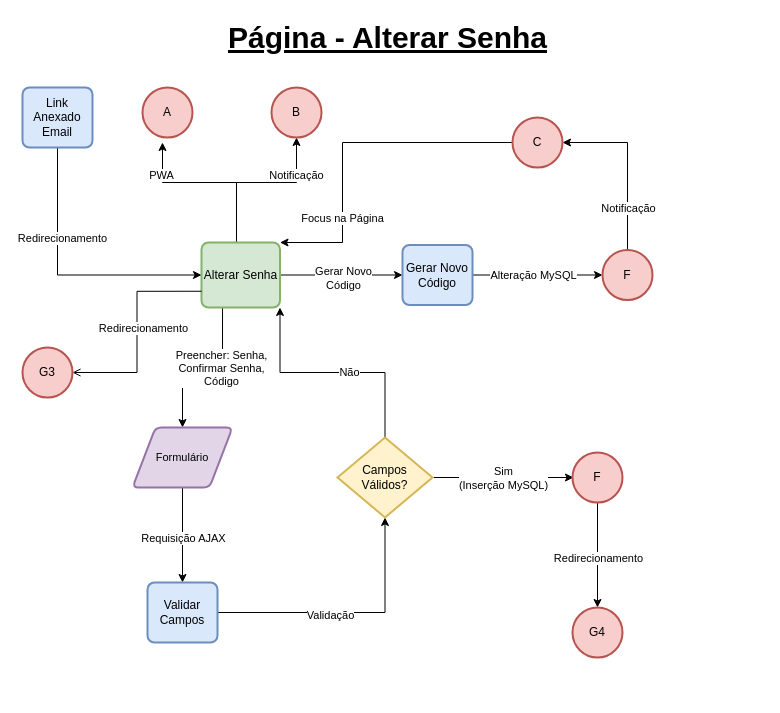
Above: page "Flow - Alterar Senha" (6 of 12) of tcc-flow.drawio in CSFelix/UML (draw.io), before the change. Source tidied: cells renumbered, new cells numbered last; positions are measured from the earlier drawing's top-left corner, leaving out a move shared by most shapes. Both pictures are drawn from the tidied source at 100%, with x=0, y=0 at pixel (22, 17).
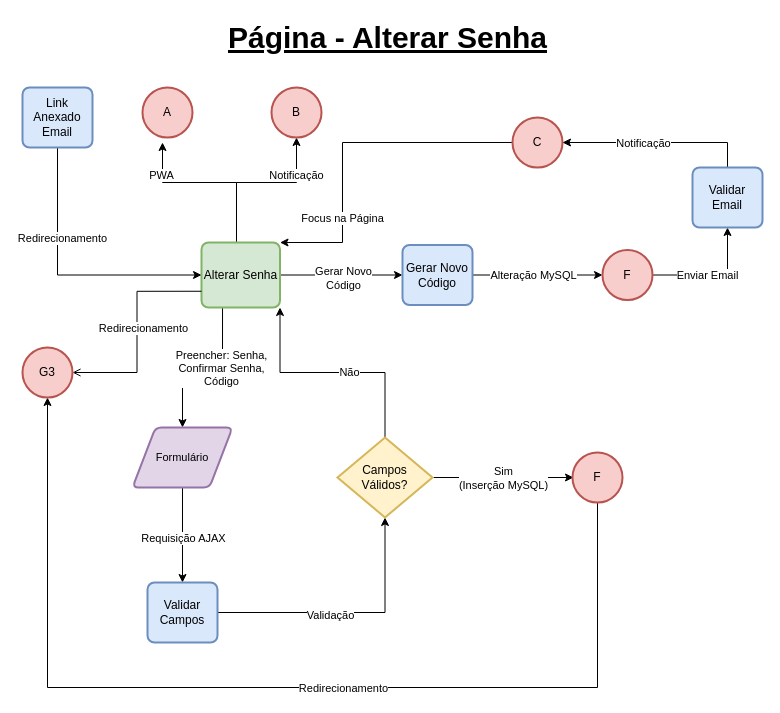
The same page after the edit.

Unchanged cells that the change refers to:
```xml
<mxCell id="22" value="F" style="strokeWidth=2;html=1;shape=mxgraph.flowchart.start_2;whiteSpace=wrap;fillColor=#f8cecc;strokeColor=#b85450;" parent="1" vertex="1">
  <mxGeometry x="580" y="232.5" width="50" height="50" as="geometry" />
</mxCell>
<mxCell id="25" value="C" style="strokeWidth=2;html=1;shape=mxgraph.flowchart.start_2;whiteSpace=wrap;fillColor=#f8cecc;strokeColor=#b85450;" parent="1" vertex="1">
  <mxGeometry x="490" y="100" width="50" height="50" as="geometry" />
</mxCell>
<mxCell id="39" value="F" style="strokeWidth=2;html=1;shape=mxgraph.flowchart.start_2;whiteSpace=wrap;fillColor=#f8cecc;strokeColor=#b85450;" parent="1" vertex="1">
  <mxGeometry x="550" y="435" width="50" height="50" as="geometry" />
</mxCell>
<mxCell id="42" value="G3" style="strokeWidth=2;html=1;shape=mxgraph.flowchart.start_2;whiteSpace=wrap;fillColor=#f8cecc;strokeColor=#b85450;" parent="1" vertex="1">
  <mxGeometry y="330" width="50" height="50" as="geometry" />
</mxCell>
```

What changed in the source:
```diff
@@
-    <mxCell id="20" style="edgeStyle=orthogonalEdgeStyle;rounded=0;jettySize=auto;html=1;entryX=1;entryY=0.5;entryDx=0;entryDy=0;entryPerimeter=0;exitX=0.5;exitY=0;exitDx=0;exitDy=0;exitPerimeter=0;" parent="1" edge="1" source="22" target="25">
-      <mxGeometry relative="1" as="geometry" />
-    </mxCell>
-    <mxCell id="21" value="Notificação" style="edgeLabel;html=1;align=center;verticalAlign=middle;" parent="20" vertex="1">
-      <mxGeometry x="-0.24" y="1" relative="1" as="geometry">
-        <mxPoint x="1" y="23.5" as="offset" />
-      </mxGeometry>
-    </mxCell>
+    <mxCell id="44" style="edgeStyle=orthogonalEdgeStyle;rounded=0;jettySize=auto;html=1;startArrow=none;startFill=0;endArrow=classic;endFill=1;" parent="1" edge="1" source="22" target="47">
+      <mxGeometry relative="1" as="geometry" />
+    </mxCell>
+    <mxCell id="45" value="Enviar Email" style="edgeLabel;html=1;align=center;verticalAlign=middle;" parent="44" vertex="1">
+      <mxGeometry x="-0.12" relative="1" as="geometry" />
+    </mxCell>
@@
-    <mxCell id="37" style="edgeStyle=orthogonalEdgeStyle;rounded=0;jettySize=auto;html=1;entryX=0.5;entryY=0;entryDx=0;entryDy=0;entryPerimeter=0;" parent="1" edge="1" source="39" target="43">
-      <mxGeometry relative="1" as="geometry" />
+    <mxCell id="37" style="edgeStyle=orthogonalEdgeStyle;rounded=0;jettySize=auto;html=1;" parent="1" edge="1" source="39" target="42">
+      <mxGeometry relative="1" as="geometry">
+        <Array as="points">
+          <mxPoint x="575" y="670" />
+          <mxPoint x="25" y="670" />
+        </Array>
+      </mxGeometry>
     </mxCell>
     <mxCell id="38" value="Redirecionamento" style="edgeLabel;html=1;align=center;verticalAlign=middle;" parent="37" vertex="1">
       <mxGeometry x="-0.26" y="-2" relative="1" as="geometry">
-        <mxPoint x="2" y="16" as="offset" />
+        <mxPoint x="-61" y="2" as="offset" />
       </mxGeometry>
     </mxCell>
@@
-    <mxCell id="43" value="G4" style="strokeWidth=2;html=1;shape=mxgraph.flowchart.start_2;whiteSpace=wrap;fillColor=#f8cecc;strokeColor=#b85450;" parent="1" vertex="1">
-      <mxGeometry x="550" y="590" width="50" height="50" as="geometry" />
-    </mxCell>
+    <mxCell id="46" style="edgeStyle=orthogonalEdgeStyle;rounded=0;jettySize=auto;html=1;startArrow=none;startFill=0;endArrow=classic;endFill=1;exitX=0.5;exitY=0;exitDx=0;exitDy=0;" parent="1" edge="1" source="47" target="25">
+      <mxGeometry relative="1" as="geometry" />
+    </mxCell>
+    <mxCell id="21" value="Notificação" style="edgeLabel;html=1;align=center;verticalAlign=middle;" parent="46" vertex="1">
+      <mxGeometry x="0.37" y="3" relative="1" as="geometry">
+        <mxPoint x="20" y="-3" as="offset" />
+      </mxGeometry>
+    </mxCell>
+    <mxCell id="47" value="Validar Email" style="rounded=1;whiteSpace=wrap;html=1;absoluteArcSize=1;arcSize=14;strokeWidth=2;fillColor=#dae8fc;strokeColor=#6c8ebf;" parent="1" vertex="1">
+      <mxGeometry x="670" y="150" width="70" height="60" as="geometry" />
+    </mxCell>
```
